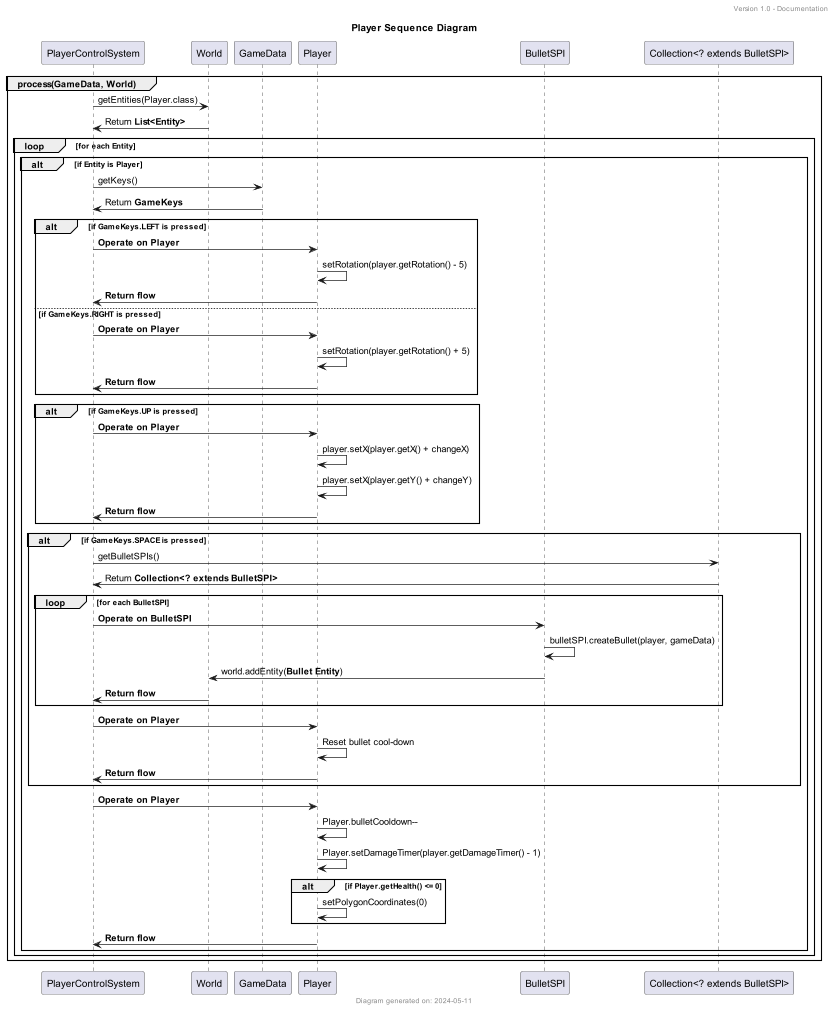
This is Diagrams/Sequence Diagrams/Sequence Diagram Player-Player_Sequence_Diagram.png from XBetaHunterX/AsteroidsFX, a PlantUML export, as it was before one commit.
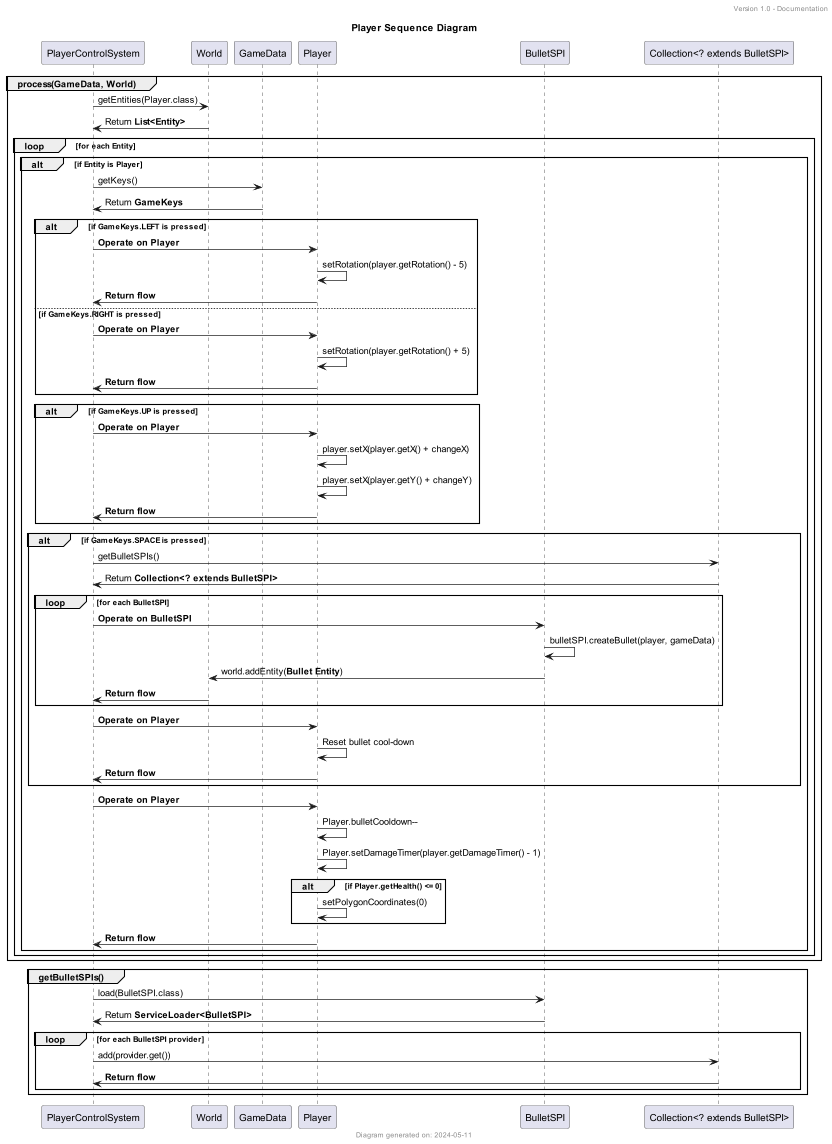
After the change.

Commit message:
Adjustments for accuracy

Change to the diagram source:
```diff
@@ -56,4 +56,13 @@
         end
     end
 end
+
+group getBulletSPIs()
+    PlayerControlSystem -> BulletSPI : load(BulletSPI.class)
+    PlayerControlSystem <- BulletSPI : Return **ServiceLoader<BulletSPI>**
+    loop for each BulletSPI provider
+        PlayerControlSystem -> "Collection<? extends BulletSPI>" : add(provider.get())
+        "Collection<? extends BulletSPI>" -> PlayerControlSystem : **Return flow**
+    end
+end
 @enduml
```
